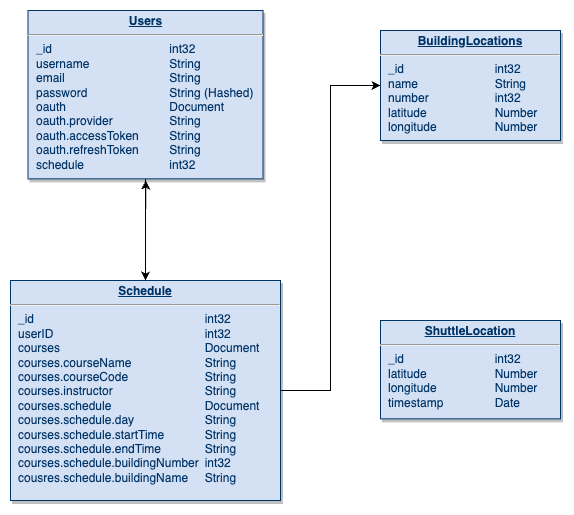
This is tableSchema.drawio.png from csc307-mnms/mnms-campus-app, a draw.io export, as it was before one commit. Source tidied: cells renumbered, new cells last; positions are measured from the earlier drawing's top-left corner, leaving out a move shared by most shapes.
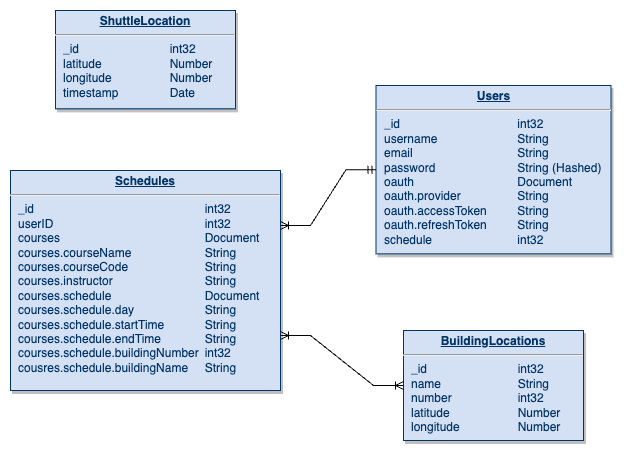
The same file after the commit.

The edit, as a diff of the source:
```diff
@@ -2,31 +2,30 @@
   <root>
     <mxCell id="0" />
     <mxCell id="1" parent="0" />
-    <mxCell id="2" style="edgeStyle=orthogonalEdgeStyle;rounded=0;jettySize=auto;html=1;exitX=1;exitY=0.5;exitDx=0;exitDy=0;entryX=0;entryY=0.5;entryDx=0;entryDy=0;" parent="1" edge="1" source="4" target="8">
-      <mxGeometry relative="1" as="geometry" />
-    </mxCell>
-    <mxCell id="3" style="edgeStyle=orthogonalEdgeStyle;rounded=0;jettySize=auto;html=1;exitX=0.5;exitY=0;exitDx=0;exitDy=0;" parent="1" edge="1" source="4">
-      <mxGeometry relative="1" as="geometry">
-        <mxPoint x="135.3" y="170" as="targetPoint" />
-      </mxGeometry>
-    </mxCell>
-    <mxCell id="4" value="&lt;p style=&quot;margin: 0px; margin-top: 4px; text-align: center; text-decoration: underline;&quot;&gt;&lt;b&gt;Schedule&lt;/b&gt;&lt;/p&gt;&lt;hr&gt;&lt;p style=&quot;margin: 0px; margin-left: 8px;&quot;&gt;_id&lt;span style=&quot;white-space: pre;&quot;&gt;&#9;&lt;/span&gt;&lt;span style=&quot;white-space: pre;&quot;&gt;&#9;&lt;/span&gt;&lt;span style=&quot;white-space: pre;&quot;&gt;&#9;&lt;/span&gt;&lt;span style=&quot;white-space: pre;&quot;&gt;&#9;&lt;span style=&quot;white-space: pre;&quot;&gt;&#9;&lt;span style=&quot;white-space: pre;&quot;&gt;&#9;&lt;span style=&quot;white-space: pre;&quot;&gt;&#9;&lt;/span&gt;&lt;/span&gt;&lt;/span&gt;&lt;/span&gt;int32&lt;/p&gt;&lt;p style=&quot;margin: 0px; margin-left: 8px;&quot;&gt;userID&lt;span style=&quot;white-space: pre;&quot;&gt;&#9;&lt;/span&gt;&lt;span style=&quot;white-space: pre;&quot;&gt;&#9;&lt;/span&gt;&lt;span style=&quot;white-space: pre;&quot;&gt;&#9;&lt;span style=&quot;white-space: pre;&quot;&gt;&#9;&lt;span style=&quot;white-space: pre;&quot;&gt;&#9;&lt;span style=&quot;white-space: pre;&quot;&gt;&#9;&lt;/span&gt;&lt;/span&gt;&lt;/span&gt;&lt;/span&gt;int32&lt;/p&gt;&lt;p style=&quot;margin: 0px; margin-left: 8px;&quot;&gt;courses&lt;span style=&quot;white-space: pre;&quot;&gt;&#9;&lt;/span&gt;&lt;span style=&quot;white-space: pre;&quot;&gt;&#9;&lt;/span&gt;&lt;span style=&quot;white-space: pre;&quot;&gt;&#9;&lt;span style=&quot;white-space: pre;&quot;&gt;&#9;&lt;span style=&quot;white-space: pre;&quot;&gt;&#9;&lt;span style=&quot;white-space: pre;&quot;&gt;&#9;&lt;/span&gt;&lt;/span&gt;&lt;/span&gt;&lt;/span&gt;Document&lt;/p&gt;&lt;p style=&quot;margin: 0px; margin-left: 8px;&quot;&gt;courses.courseName&lt;span style=&quot;white-space: pre;&quot;&gt;&#9;&lt;span style=&quot;white-space: pre;&quot;&gt;&#9;&lt;span style=&quot;white-space: pre;&quot;&gt;&#9;&lt;/span&gt;&lt;/span&gt;&lt;/span&gt;String&lt;/p&gt;&lt;p style=&quot;margin: 0px; margin-left: 8px;&quot;&gt;courses.courseCode&lt;span style=&quot;white-space: pre;&quot;&gt;&#9;&lt;span style=&quot;white-space: pre;&quot;&gt;&#9;&lt;span style=&quot;white-space: pre;&quot;&gt;&#9;&lt;/span&gt;&lt;/span&gt;&lt;/span&gt;String&lt;/p&gt;&lt;p style=&quot;margin: 0px; margin-left: 8px;&quot;&gt;courses.instructor&lt;span style=&quot;white-space: pre;&quot;&gt;&#9;&lt;/span&gt;&lt;span style=&quot;white-space: pre;&quot;&gt;&#9;&lt;span style=&quot;white-space: pre;&quot;&gt;&#9;&lt;span style=&quot;white-space: pre;&quot;&gt;&#9;&lt;/span&gt;&lt;/span&gt;&lt;/span&gt;String&lt;/p&gt;&lt;p style=&quot;margin: 0px; margin-left: 8px;&quot;&gt;courses.schedule&lt;span style=&quot;white-space: pre;&quot;&gt;&#9;&lt;/span&gt;&lt;span style=&quot;white-space: pre;&quot;&gt;&#9;&lt;span style=&quot;white-space: pre;&quot;&gt;&#9;&lt;span style=&quot;white-space: pre;&quot;&gt;&#9;&lt;/span&gt;&lt;/span&gt;&lt;/span&gt;Document&lt;/p&gt;&lt;p style=&quot;margin: 0px; margin-left: 8px;&quot;&gt;courses.schedule.day&lt;span style=&quot;white-space: pre;&quot;&gt;&#9;&lt;span style=&quot;white-space: pre;&quot;&gt;&#9;&lt;span style=&quot;white-space: pre;&quot;&gt;&#9;&lt;/span&gt;&lt;/span&gt;&lt;/span&gt;String&lt;/p&gt;&lt;p style=&quot;margin: 0px; margin-left: 8px;&quot;&gt;courses.schedule.startTime&lt;span style=&quot;white-space: pre;&quot;&gt;&#9;&lt;span style=&quot;white-space: pre;&quot;&gt;&#9;&lt;/span&gt;&lt;/span&gt;&lt;span style=&quot;background-color: initial;&quot;&gt;String&lt;/span&gt;&lt;/p&gt;&lt;p style=&quot;margin: 0px; margin-left: 8px;&quot;&gt;courses.schedule.endTime&lt;span style=&quot;white-space: pre;&quot;&gt;&#9;&lt;span style=&quot;white-space: pre;&quot;&gt;&#9;&lt;/span&gt;&lt;/span&gt;&lt;span style=&quot;background-color: initial;&quot;&gt;String&lt;/span&gt;&lt;/p&gt;&lt;p style=&quot;margin: 0px; margin-left: 8px;&quot;&gt;&lt;span style=&quot;background-color: initial;&quot;&gt;courses.schedule.buildingNumber&lt;span style=&quot;white-space: pre;&quot;&gt;&#9;&lt;/span&gt;int32&lt;/span&gt;&lt;/p&gt;&lt;p style=&quot;margin: 0px; margin-left: 8px;&quot;&gt;&lt;span style=&quot;background-color: initial;&quot;&gt;cousres.schedule.buildingName&lt;span style=&quot;white-space: pre;&quot;&gt;&#9;&lt;/span&gt;&lt;/span&gt;&lt;span style=&quot;background-color: initial;&quot;&gt;String&lt;/span&gt;&lt;/p&gt;&lt;p style=&quot;margin: 0px; margin-left: 8px;&quot;&gt;&lt;span style=&quot;background-color: initial; white-space-collapse: preserve;&quot;&gt;&#9;&lt;/span&gt;&lt;br&gt;&lt;/p&gt;" style="verticalAlign=top;align=left;overflow=fill;fontSize=12;fontFamily=Helvetica;html=1;strokeColor=#003366;shadow=1;fillColor=#D4E1F5;fontColor=#003366;" parent="1" vertex="1">
-      <mxGeometry y="270" width="270" height="220" as="geometry" />
+    <mxCell id="4" value="&lt;p style=&quot;margin: 0px; margin-top: 4px; text-align: center; text-decoration: underline;&quot;&gt;&lt;b&gt;Schedules&lt;/b&gt;&lt;/p&gt;&lt;hr&gt;&lt;p style=&quot;margin: 0px; margin-left: 8px;&quot;&gt;_id&lt;span style=&quot;white-space: pre;&quot;&gt;&#9;&lt;/span&gt;&lt;span style=&quot;white-space: pre;&quot;&gt;&#9;&lt;/span&gt;&lt;span style=&quot;white-space: pre;&quot;&gt;&#9;&lt;/span&gt;&lt;span style=&quot;white-space: pre;&quot;&gt;&#9;&lt;span style=&quot;white-space: pre;&quot;&gt;&#9;&lt;span style=&quot;white-space: pre;&quot;&gt;&#9;&lt;span style=&quot;white-space: pre;&quot;&gt;&#9;&lt;/span&gt;&lt;/span&gt;&lt;/span&gt;&lt;/span&gt;int32&lt;/p&gt;&lt;p style=&quot;margin: 0px; margin-left: 8px;&quot;&gt;userID&lt;span style=&quot;white-space: pre;&quot;&gt;&#9;&lt;/span&gt;&lt;span style=&quot;white-space: pre;&quot;&gt;&#9;&lt;/span&gt;&lt;span style=&quot;white-space: pre;&quot;&gt;&#9;&lt;span style=&quot;white-space: pre;&quot;&gt;&#9;&lt;span style=&quot;white-space: pre;&quot;&gt;&#9;&lt;span style=&quot;white-space: pre;&quot;&gt;&#9;&lt;/span&gt;&lt;/span&gt;&lt;/span&gt;&lt;/span&gt;int32&lt;/p&gt;&lt;p style=&quot;margin: 0px; margin-left: 8px;&quot;&gt;courses&lt;span style=&quot;white-space: pre;&quot;&gt;&#9;&lt;/span&gt;&lt;span style=&quot;white-space: pre;&quot;&gt;&#9;&lt;/span&gt;&lt;span style=&quot;white-space: pre;&quot;&gt;&#9;&lt;span style=&quot;white-space: pre;&quot;&gt;&#9;&lt;span style=&quot;white-space: pre;&quot;&gt;&#9;&lt;span style=&quot;white-space: pre;&quot;&gt;&#9;&lt;/span&gt;&lt;/span&gt;&lt;/span&gt;&lt;/span&gt;Document&lt;/p&gt;&lt;p style=&quot;margin: 0px; margin-left: 8px;&quot;&gt;courses.courseName&lt;span style=&quot;white-space: pre;&quot;&gt;&#9;&lt;span style=&quot;white-space: pre;&quot;&gt;&#9;&lt;span style=&quot;white-space: pre;&quot;&gt;&#9;&lt;/span&gt;&lt;/span&gt;&lt;/span&gt;String&lt;/p&gt;&lt;p style=&quot;margin: 0px; margin-left: 8px;&quot;&gt;courses.courseCode&lt;span style=&quot;white-space: pre;&quot;&gt;&#9;&lt;span style=&quot;white-space: pre;&quot;&gt;&#9;&lt;span style=&quot;white-space: pre;&quot;&gt;&#9;&lt;/span&gt;&lt;/span&gt;&lt;/span&gt;String&lt;/p&gt;&lt;p style=&quot;margin: 0px; margin-left: 8px;&quot;&gt;courses.instructor&lt;span style=&quot;white-space: pre;&quot;&gt;&#9;&lt;/span&gt;&lt;span style=&quot;white-space: pre;&quot;&gt;&#9;&lt;span style=&quot;white-space: pre;&quot;&gt;&#9;&lt;span style=&quot;white-space: pre;&quot;&gt;&#9;&lt;/span&gt;&lt;/span&gt;&lt;/span&gt;String&lt;/p&gt;&lt;p style=&quot;margin: 0px; margin-left: 8px;&quot;&gt;courses.schedule&lt;span style=&quot;white-space: pre;&quot;&gt;&#9;&lt;/span&gt;&lt;span style=&quot;white-space: pre;&quot;&gt;&#9;&lt;span style=&quot;white-space: pre;&quot;&gt;&#9;&lt;span style=&quot;white-space: pre;&quot;&gt;&#9;&lt;/span&gt;&lt;/span&gt;&lt;/span&gt;Document&lt;/p&gt;&lt;p style=&quot;margin: 0px; margin-left: 8px;&quot;&gt;courses.schedule.day&lt;span style=&quot;white-space: pre;&quot;&gt;&#9;&lt;span style=&quot;white-space: pre;&quot;&gt;&#9;&lt;span style=&quot;white-space: pre;&quot;&gt;&#9;&lt;/span&gt;&lt;/span&gt;&lt;/span&gt;String&lt;/p&gt;&lt;p style=&quot;margin: 0px; margin-left: 8px;&quot;&gt;courses.schedule.startTime&lt;span style=&quot;white-space: pre;&quot;&gt;&#9;&lt;span style=&quot;white-space: pre;&quot;&gt;&#9;&lt;/span&gt;&lt;/span&gt;&lt;span style=&quot;background-color: initial;&quot;&gt;String&lt;/span&gt;&lt;/p&gt;&lt;p style=&quot;margin: 0px; margin-left: 8px;&quot;&gt;courses.schedule.endTime&lt;span style=&quot;white-space: pre;&quot;&gt;&#9;&lt;span style=&quot;white-space: pre;&quot;&gt;&#9;&lt;/span&gt;&lt;/span&gt;&lt;span style=&quot;background-color: initial;&quot;&gt;String&lt;/span&gt;&lt;/p&gt;&lt;p style=&quot;margin: 0px; margin-left: 8px;&quot;&gt;&lt;span style=&quot;background-color: initial;&quot;&gt;courses.schedule.buildingNumber&lt;span style=&quot;white-space: pre;&quot;&gt;&#9;&lt;/span&gt;int32&lt;/span&gt;&lt;/p&gt;&lt;p style=&quot;margin: 0px; margin-left: 8px;&quot;&gt;&lt;span style=&quot;background-color: initial;&quot;&gt;cousres.schedule.buildingName&lt;span style=&quot;white-space: pre;&quot;&gt;&#9;&lt;/span&gt;&lt;/span&gt;&lt;span style=&quot;background-color: initial;&quot;&gt;String&lt;/span&gt;&lt;/p&gt;&lt;p style=&quot;margin: 0px; margin-left: 8px;&quot;&gt;&lt;span style=&quot;background-color: initial; white-space-collapse: preserve;&quot;&gt;&#9;&lt;/span&gt;&lt;br&gt;&lt;/p&gt;" style="verticalAlign=top;align=left;overflow=fill;fontSize=12;fontFamily=Helvetica;html=1;strokeColor=#003366;shadow=1;fillColor=#D4E1F5;fontColor=#003366;" parent="1" vertex="1">
+      <mxGeometry x="10" y="360" width="270" height="220" as="geometry" />
     </mxCell>
     <mxCell id="5" style="edgeStyle=orthogonalEdgeStyle;rounded=0;orthogonalLoop=1;jettySize=auto;html=1;exitX=0.5;exitY=1;exitDx=0;exitDy=0;entryX=0.5;entryY=1;entryDx=0;entryDy=0;" parent="1" edge="1" source="7" target="7">
       <mxGeometry relative="1" as="geometry" />
     </mxCell>
-    <mxCell id="6" style="edgeStyle=orthogonalEdgeStyle;rounded=0;jettySize=auto;html=1;exitX=0.5;exitY=1;exitDx=0;exitDy=0;entryX=0.5;entryY=0;entryDx=0;entryDy=0;" parent="1" edge="1" source="7" target="4">
-      <mxGeometry relative="1" as="geometry" />
-    </mxCell>
     <mxCell id="7" value="&lt;p style=&quot;margin: 0px; margin-top: 4px; text-align: center; text-decoration: underline;&quot;&gt;&lt;b&gt;Users&lt;/b&gt;&lt;/p&gt;&lt;hr&gt;&lt;p style=&quot;margin: 0px; margin-left: 8px;&quot;&gt;_id&lt;span style=&quot;white-space: pre;&quot;&gt;&#9;&lt;/span&gt;&lt;span style=&quot;white-space: pre;&quot;&gt;&#9;&lt;/span&gt;&lt;span style=&quot;white-space: pre;&quot;&gt;&#9;&lt;span style=&quot;white-space: pre;&quot;&gt;&#9;&lt;span style=&quot;white-space: pre;&quot;&gt;&#9;&lt;/span&gt;&lt;/span&gt;&lt;/span&gt;int32&lt;/p&gt;&lt;p style=&quot;margin: 0px; margin-left: 8px;&quot;&gt;username&lt;span style=&quot;white-space: pre;&quot;&gt;&#9;&lt;span style=&quot;white-space: pre;&quot;&gt;&#9;&lt;span style=&quot;white-space: pre;&quot;&gt;&#9;&lt;/span&gt;&lt;/span&gt;&lt;/span&gt;String&lt;/p&gt;&lt;p style=&quot;margin: 0px; margin-left: 8px;&quot;&gt;email&lt;span style=&quot;white-space: pre;&quot;&gt;&#9;&lt;/span&gt;&lt;span style=&quot;white-space: pre;&quot;&gt;&#9;&lt;span style=&quot;white-space: pre;&quot;&gt;&#9;&lt;span style=&quot;white-space: pre;&quot;&gt;&#9;&lt;/span&gt;&lt;/span&gt;&lt;/span&gt;String&lt;/p&gt;&lt;p style=&quot;margin: 0px; margin-left: 8px;&quot;&gt;password&lt;span style=&quot;white-space: pre;&quot;&gt;&#9;&lt;/span&gt;&lt;span style=&quot;white-space: pre;&quot;&gt;&#9;&lt;/span&gt;&lt;span style=&quot;white-space: pre;&quot;&gt;&#9;&lt;span style=&quot;white-space: pre;&quot;&gt;&#9;&lt;/span&gt;&lt;/span&gt;String (Hashed)&lt;/p&gt;&lt;p style=&quot;margin: 0px; margin-left: 8px;&quot;&gt;oauth&lt;span style=&quot;white-space: pre;&quot;&gt;&#9;&lt;/span&gt;&lt;span style=&quot;white-space: pre;&quot;&gt;&#9;&lt;/span&gt;&lt;span style=&quot;white-space: pre;&quot;&gt;&#9;&lt;span style=&quot;white-space: pre;&quot;&gt;&#9;&lt;/span&gt;&lt;/span&gt;Document&lt;/p&gt;&lt;p style=&quot;margin: 0px; margin-left: 8px;&quot;&gt;oauth.provider&lt;span style=&quot;white-space: pre;&quot;&gt;&#9;&lt;/span&gt;&lt;span style=&quot;white-space: pre;&quot;&gt;&#9;&lt;span style=&quot;white-space: pre;&quot;&gt;&#9;&lt;/span&gt;&lt;/span&gt;String&lt;/p&gt;&lt;p style=&quot;margin: 0px; margin-left: 8px;&quot;&gt;oauth.accessToken&lt;span style=&quot;white-space: pre;&quot;&gt;&#9;&lt;span style=&quot;white-space: pre;&quot;&gt;&#9;&lt;/span&gt;&lt;/span&gt;String&lt;/p&gt;&lt;p style=&quot;margin: 0px; margin-left: 8px;&quot;&gt;oauth.refreshToken&lt;span style=&quot;white-space: pre;&quot;&gt;&#9;&lt;span style=&quot;white-space: pre;&quot;&gt;&#9;&lt;/span&gt;&lt;/span&gt;String&lt;/p&gt;&lt;p style=&quot;margin: 0px; margin-left: 8px;&quot;&gt;schedule&lt;span style=&quot;white-space: pre;&quot;&gt;&#9;&lt;/span&gt;&lt;span style=&quot;white-space: pre;&quot;&gt;&#9;&lt;/span&gt;&lt;span style=&quot;white-space: pre;&quot;&gt;&#9;&lt;span style=&quot;white-space: pre;&quot;&gt;&#9;&lt;/span&gt;&lt;/span&gt;int32&lt;/p&gt;" style="verticalAlign=top;align=left;overflow=fill;fontSize=12;fontFamily=Helvetica;html=1;strokeColor=#003366;shadow=1;fillColor=#D4E1F5;fontColor=#003366;" parent="1" vertex="1">
-      <mxGeometry x="17.5" width="235" height="168.4" as="geometry" />
+      <mxGeometry x="375.5" y="275" width="235" height="168.4" as="geometry" />
     </mxCell>
     <mxCell id="8" value="&lt;p style=&quot;margin: 0px; margin-top: 4px; text-align: center; text-decoration: underline;&quot;&gt;&lt;b&gt;BuildingLocations&lt;/b&gt;&lt;/p&gt;&lt;hr&gt;&lt;p style=&quot;margin: 0px; margin-left: 8px;&quot;&gt;_id&lt;span style=&quot;white-space: pre;&quot;&gt;&#9;&lt;/span&gt;&lt;span style=&quot;white-space: pre;&quot;&gt;&#9;&lt;/span&gt;&lt;span style=&quot;white-space: pre;&quot;&gt;&#9;&lt;span style=&quot;white-space: pre;&quot;&gt;&#9;&lt;/span&gt;&lt;/span&gt;int32&lt;/p&gt;&lt;p style=&quot;margin: 0px; margin-left: 8px;&quot;&gt;name&lt;span style=&quot;white-space: pre;&quot;&gt;&#9;&lt;/span&gt;&lt;span style=&quot;white-space: pre;&quot;&gt;&#9;&lt;/span&gt;&lt;span style=&quot;white-space: pre;&quot;&gt;&#9;&lt;/span&gt;String&lt;/p&gt;&lt;p style=&quot;margin: 0px; margin-left: 8px;&quot;&gt;number&lt;span style=&quot;white-space: pre;&quot;&gt;&#9;&lt;/span&gt;&lt;span style=&quot;white-space: pre;&quot;&gt;&#9;&lt;/span&gt;&lt;span style=&quot;white-space: pre;&quot;&gt;&#9;&lt;/span&gt;int32&lt;/p&gt;&lt;p style=&quot;margin: 0px; margin-left: 8px;&quot;&gt;latitude&lt;span style=&quot;white-space: pre;&quot;&gt;&#9;&lt;/span&gt;&lt;span style=&quot;white-space: pre;&quot;&gt;&#9;&lt;/span&gt;&lt;span style=&quot;white-space: pre;&quot;&gt;&#9;&lt;/span&gt;Number&lt;/p&gt;&lt;p style=&quot;margin: 0px; margin-left: 8px;&quot;&gt;longitude&lt;span style=&quot;white-space: pre;&quot;&gt;&#9;&lt;/span&gt;&lt;span style=&quot;white-space: pre;&quot;&gt;&#9;&lt;/span&gt;&lt;span style=&quot;white-space: pre;&quot;&gt;&#9;&lt;/span&gt;Number&lt;/p&gt;" style="verticalAlign=top;align=left;overflow=fill;fontSize=12;fontFamily=Helvetica;html=1;strokeColor=#003366;shadow=1;fillColor=#D4E1F5;fontColor=#003366;" parent="1" vertex="1">
-      <mxGeometry x="370" y="20" width="180" height="110" as="geometry" />
+      <mxGeometry x="403" y="520" width="180" height="110" as="geometry" />
     </mxCell>
     <mxCell id="9" value="&lt;p style=&quot;margin: 0px; margin-top: 4px; text-align: center; text-decoration: underline;&quot;&gt;&lt;b&gt;ShuttleLocation&lt;/b&gt;&lt;/p&gt;&lt;hr&gt;&lt;p style=&quot;margin: 0px; margin-left: 8px;&quot;&gt;_id&lt;span style=&quot;white-space: pre;&quot;&gt;&#9;&lt;/span&gt;&lt;span style=&quot;white-space: pre;&quot;&gt;&#9;&lt;/span&gt;&lt;span style=&quot;white-space: pre;&quot;&gt;&#9;&lt;span style=&quot;white-space: pre;&quot;&gt;&#9;&lt;/span&gt;&lt;/span&gt;int32&lt;/p&gt;&lt;p style=&quot;margin: 0px; margin-left: 8px;&quot;&gt;latitude&lt;span style=&quot;white-space: pre;&quot;&gt;&#9;&lt;/span&gt;&lt;span style=&quot;white-space: pre;&quot;&gt;&#9;&lt;/span&gt;&lt;span style=&quot;white-space: pre;&quot;&gt;&#9;&lt;/span&gt;Number&lt;/p&gt;&lt;p style=&quot;margin: 0px; margin-left: 8px;&quot;&gt;&lt;span style=&quot;background-color: initial;&quot;&gt;longitude&lt;/span&gt;&lt;span style=&quot;background-color: initial; white-space-collapse: preserve;&quot;&gt;&#9;&lt;/span&gt;&lt;span style=&quot;background-color: initial; white-space-collapse: preserve;&quot;&gt;&#9;&lt;/span&gt;&lt;span style=&quot;background-color: initial; white-space-collapse: preserve;&quot;&gt;&#9;&lt;/span&gt;&lt;span style=&quot;background-color: initial;&quot;&gt;Number&lt;/span&gt;&lt;br&gt;&lt;/p&gt;&lt;p style=&quot;margin: 0px; margin-left: 8px;&quot;&gt;&lt;span style=&quot;background-color: initial;&quot;&gt;timestamp&lt;span style=&quot;white-space: pre;&quot;&gt;&#9;&lt;/span&gt;&lt;span style=&quot;white-space: pre;&quot;&gt;&#9;&lt;/span&gt;Date&lt;/span&gt;&lt;/p&gt;" style="verticalAlign=top;align=left;overflow=fill;fontSize=12;fontFamily=Helvetica;html=1;strokeColor=#003366;shadow=1;fillColor=#D4E1F5;fontColor=#003366;" parent="1" vertex="1">
-      <mxGeometry x="370" y="310" width="180" height="98.4" as="geometry" />
+      <mxGeometry x="55" y="200" width="180" height="98.4" as="geometry" />
     </mxCell>
+    <mxCell id="6" style="edgeStyle=entityRelationEdgeStyle;fontSize=12;html=1;endArrow=ERoneToMany;startArrow=ERmandOne;rounded=0;exitX=0;exitY=0.5;exitDx=0;exitDy=0;entryX=1;entryY=0.25;entryDx=0;entryDy=0;" parent="1" edge="1" source="7" target="4">
+      <mxGeometry relative="1" as="geometry" />
+    </mxCell>
+    <mxCell id="2" style="edgeStyle=entityRelationEdgeStyle;fontSize=12;html=1;endArrow=ERoneToMany;startArrow=ERoneToMany;rounded=0;exitX=1;exitY=0.75;exitDx=0;exitDy=0;entryX=0;entryY=0.5;entryDx=0;entryDy=0;" parent="1" edge="1" source="4" target="8">
+      <mxGeometry relative="1" as="geometry">
+        <Array as="points">
+          <mxPoint x="320" y="630" />
+        </Array>
+      </mxGeometry>
+    </mxCell>
   </root>
 </mxGraphModel>
```
